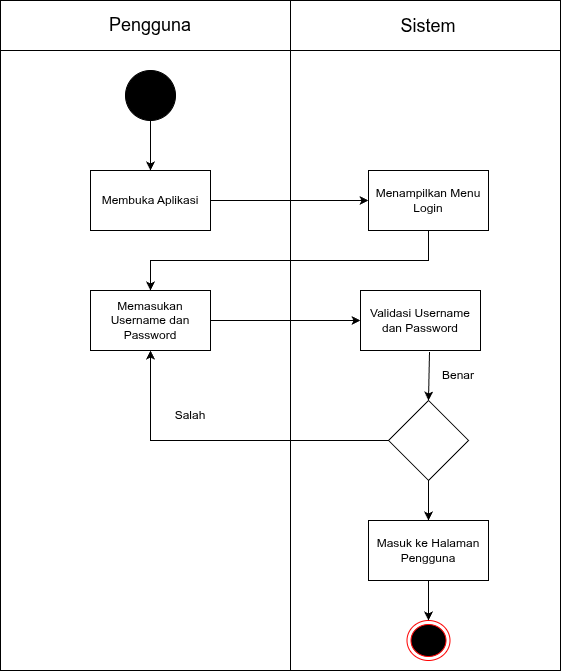
Before: diagram/activity/pengguna/login-pengguna.png, a diagram exported from draw.io (RajaSunrise/kangkungku). Source tidied: cells renumbered, new cells last; positions are measured from the earlier drawing's top-left corner, leaving out a move shared by most shapes. The source it was exported from:
```xml
<mxGraphModel>
  <root>
    <mxCell id="0" />
    <mxCell id="1" parent="0" />
    <mxCell id="2" style="shape=internalStorage;whiteSpace=wrap;html=1;backgroundOutline=1;dx=290;dy=50;" parent="1" vertex="1">
      <mxGeometry width="560" height="670" as="geometry" />
    </mxCell>
    <mxCell id="3" value="Pengguna" style="text;html=1;whiteSpace=wrap;strokeColor=none;fillColor=none;align=center;verticalAlign=middle;rounded=0;fontSize=18;" parent="1" vertex="1">
      <mxGeometry x="120" y="10" width="60" height="30" as="geometry" />
    </mxCell>
    <mxCell id="4" value="Sistem" style="text;html=1;whiteSpace=wrap;strokeColor=none;fillColor=none;align=center;verticalAlign=middle;rounded=0;fontSize=18;" parent="1" vertex="1">
      <mxGeometry x="398" y="11" width="60" height="30" as="geometry" />
    </mxCell>
    <mxCell id="5" style="ellipse;whiteSpace=wrap;html=1;strokeColor=light-dark(#000000,#000000);fillColor=#000000;fillStyle=auto;" parent="1" vertex="1">
      <mxGeometry x="125" y="70" width="50" height="50" as="geometry" />
    </mxCell>
    <mxCell id="6" style="endArrow=classic;html=1;rounded=0;exitX=0.5;exitY=1;exitDx=0;exitDy=0;entryX=0.5;entryY=0;entryDx=0;entryDy=0;" parent="1" edge="1" source="5" target="7">
      <mxGeometry relative="1" as="geometry" />
    </mxCell>
    <mxCell id="7" value="Membuka Aplikasi" style="rounded=0;whiteSpace=wrap;html=1;" parent="1" vertex="1">
      <mxGeometry x="90" y="170" width="120" height="60" as="geometry" />
    </mxCell>
    <mxCell id="8" value="Menampilkan Menu Login" style="rounded=0;whiteSpace=wrap;html=1;" parent="1" vertex="1">
      <mxGeometry x="368" y="170" width="120" height="60" as="geometry" />
    </mxCell>
    <mxCell id="9" value="Memasukan Username dan Password" style="rounded=0;whiteSpace=wrap;html=1;" parent="1" vertex="1">
      <mxGeometry x="90" y="290" width="120" height="60" as="geometry" />
    </mxCell>
    <mxCell id="10" style="endArrow=classic;html=1;rounded=0;exitX=1;exitY=0.5;exitDx=0;exitDy=0;entryX=0;entryY=0.5;entryDx=0;entryDy=0;" parent="1" edge="1" source="7" target="8">
      <mxGeometry relative="1" as="geometry" />
    </mxCell>
    <mxCell id="11" style="endArrow=classic;html=1;rounded=0;exitX=0.5;exitY=1;exitDx=0;exitDy=0;entryX=0.5;entryY=0;entryDx=0;entryDy=0;" parent="1" edge="1" source="8" target="9">
      <mxGeometry relative="1" as="geometry">
        <Array as="points">
          <mxPoint x="428" y="260" />
          <mxPoint x="300" y="260" />
          <mxPoint x="150" y="260" />
        </Array>
      </mxGeometry>
    </mxCell>
    <mxCell id="12" value="Validasi Username dan Password" style="rounded=0;whiteSpace=wrap;html=1;" parent="1" vertex="1">
      <mxGeometry x="360" y="290" width="120" height="60" as="geometry" />
    </mxCell>
    <mxCell id="13" style="endArrow=classic;html=1;rounded=0;exitX=1;exitY=0.5;exitDx=0;exitDy=0;entryX=0;entryY=0.5;entryDx=0;entryDy=0;" parent="1" edge="1" source="9" target="12">
      <mxGeometry relative="1" as="geometry" />
    </mxCell>
    <mxCell id="14" style="rhombus;whiteSpace=wrap;html=1;" parent="1" vertex="1">
      <mxGeometry x="388" y="400" width="80" height="80" as="geometry" />
    </mxCell>
    <mxCell id="15" style="endArrow=classic;html=1;rounded=0;entryX=0.5;entryY=0;entryDx=0;entryDy=0;exitX=0.575;exitY=1.025;exitDx=0;exitDy=0;exitPerimeter=0;" parent="1" edge="1" source="12" target="14">
      <mxGeometry relative="1" as="geometry" />
    </mxCell>
    <mxCell id="16" style="endArrow=classic;html=1;rounded=0;exitX=0;exitY=0.5;exitDx=0;exitDy=0;entryX=0.5;entryY=1;entryDx=0;entryDy=0;" parent="1" edge="1" source="14" target="9">
      <mxGeometry relative="1" as="geometry">
        <Array as="points">
          <mxPoint x="150" y="440" />
        </Array>
      </mxGeometry>
    </mxCell>
    <mxCell id="17" value="Salah" style="text;html=1;whiteSpace=wrap;strokeColor=none;fillColor=none;align=center;verticalAlign=middle;rounded=0;" parent="1" vertex="1">
      <mxGeometry x="160" y="400" width="60" height="30" as="geometry" />
    </mxCell>
    <mxCell id="18" value="Benar" style="text;html=1;whiteSpace=wrap;strokeColor=none;fillColor=none;align=center;verticalAlign=middle;rounded=0;" parent="1" vertex="1">
      <mxGeometry x="428" y="360" width="60" height="30" as="geometry" />
    </mxCell>
    <mxCell id="19" value="Masuk ke Halaman Pengguna" style="rounded=0;whiteSpace=wrap;html=1;" parent="1" vertex="1">
      <mxGeometry x="368" y="520" width="120" height="60" as="geometry" />
    </mxCell>
    <mxCell id="20" style="endArrow=classic;html=1;rounded=0;entryX=0.5;entryY=0;entryDx=0;entryDy=0;exitX=0.5;exitY=1;exitDx=0;exitDy=0;" parent="1" edge="1" source="14" target="19">
      <mxGeometry relative="1" as="geometry" />
    </mxCell>
    <mxCell id="21" style="ellipse;html=1;shape=endState;fillColor=#000000;strokeColor=#ff0000;" parent="1" vertex="1">
      <mxGeometry x="406.5" y="620" width="43" height="40" as="geometry" />
    </mxCell>
    <mxCell id="22" style="endArrow=classic;html=1;rounded=0;entryX=0.5;entryY=0;entryDx=0;entryDy=0;exitX=0.5;exitY=1;exitDx=0;exitDy=0;" parent="1" edge="1" source="19" target="21">
      <mxGeometry relative="1" as="geometry" />
    </mxCell>
  </root>
</mxGraphModel>
```
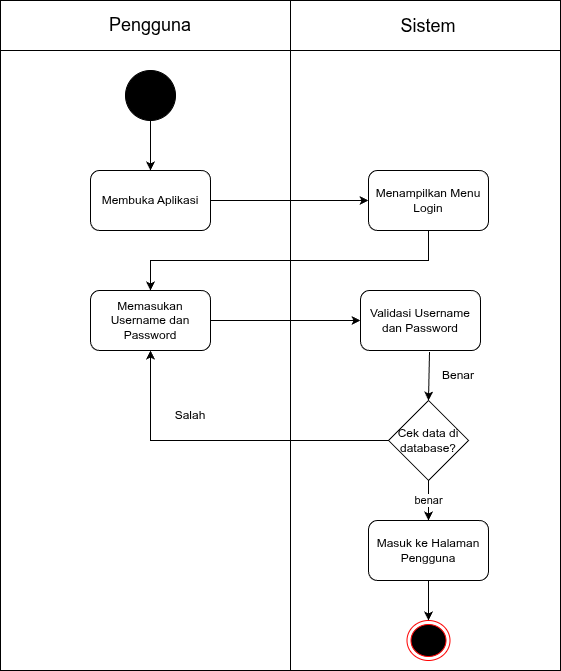
The same diagram one commit later.

Diff of the diagram source:
```diff
@@ -17,13 +17,13 @@
     <mxCell id="6" style="endArrow=classic;html=1;rounded=0;exitX=0.5;exitY=1;exitDx=0;exitDy=0;entryX=0.5;entryY=0;entryDx=0;entryDy=0;" parent="1" edge="1" source="5" target="7">
       <mxGeometry relative="1" as="geometry" />
     </mxCell>
-    <mxCell id="7" value="Membuka Aplikasi" style="rounded=0;whiteSpace=wrap;html=1;" parent="1" vertex="1">
+    <mxCell id="7" value="Membuka Aplikasi" style="rounded=1;whiteSpace=wrap;html=1;" parent="1" vertex="1">
       <mxGeometry x="90" y="170" width="120" height="60" as="geometry" />
     </mxCell>
-    <mxCell id="8" value="Menampilkan Menu Login" style="rounded=0;whiteSpace=wrap;html=1;" parent="1" vertex="1">
+    <mxCell id="8" value="Menampilkan Menu Login" style="rounded=1;whiteSpace=wrap;html=1;" parent="1" vertex="1">
       <mxGeometry x="368" y="170" width="120" height="60" as="geometry" />
     </mxCell>
-    <mxCell id="9" value="Memasukan Username dan Password" style="rounded=0;whiteSpace=wrap;html=1;" parent="1" vertex="1">
+    <mxCell id="9" value="Memasukan Username dan Password" style="rounded=1;whiteSpace=wrap;html=1;" parent="1" vertex="1">
       <mxGeometry x="90" y="290" width="120" height="60" as="geometry" />
     </mxCell>
     <mxCell id="10" style="endArrow=classic;html=1;rounded=0;exitX=1;exitY=0.5;exitDx=0;exitDy=0;entryX=0;entryY=0.5;entryDx=0;entryDy=0;" parent="1" edge="1" source="7" target="8">
@@ -38,13 +38,13 @@
         </Array>
       </mxGeometry>
     </mxCell>
-    <mxCell id="12" value="Validasi Username dan Password" style="rounded=0;whiteSpace=wrap;html=1;" parent="1" vertex="1">
+    <mxCell id="12" value="Validasi Username dan Password" style="rounded=1;whiteSpace=wrap;html=1;" parent="1" vertex="1">
       <mxGeometry x="360" y="290" width="120" height="60" as="geometry" />
     </mxCell>
     <mxCell id="13" style="endArrow=classic;html=1;rounded=0;exitX=1;exitY=0.5;exitDx=0;exitDy=0;entryX=0;entryY=0.5;entryDx=0;entryDy=0;" parent="1" edge="1" source="9" target="12">
       <mxGeometry relative="1" as="geometry" />
     </mxCell>
-    <mxCell id="14" style="rhombus;whiteSpace=wrap;html=1;" parent="1" vertex="1">
+    <mxCell id="14" value="Cek data di database?" style="rhombus;whiteSpace=wrap;html=1;" parent="1" vertex="1">
       <mxGeometry x="388" y="400" width="80" height="80" as="geometry" />
     </mxCell>
     <mxCell id="15" style="endArrow=classic;html=1;rounded=0;entryX=0.5;entryY=0;entryDx=0;entryDy=0;exitX=0.575;exitY=1.025;exitDx=0;exitDy=0;exitPerimeter=0;" parent="1" edge="1" source="12" target="14">
@@ -63,10 +63,10 @@
     <mxCell id="18" value="Benar" style="text;html=1;whiteSpace=wrap;strokeColor=none;fillColor=none;align=center;verticalAlign=middle;rounded=0;" parent="1" vertex="1">
       <mxGeometry x="428" y="360" width="60" height="30" as="geometry" />
     </mxCell>
-    <mxCell id="19" value="Masuk ke Halaman Pengguna" style="rounded=0;whiteSpace=wrap;html=1;" parent="1" vertex="1">
+    <mxCell id="19" value="Masuk ke Halaman Pengguna" style="rounded=1;whiteSpace=wrap;html=1;" parent="1" vertex="1">
       <mxGeometry x="368" y="520" width="120" height="60" as="geometry" />
     </mxCell>
-    <mxCell id="20" style="endArrow=classic;html=1;rounded=0;entryX=0.5;entryY=0;entryDx=0;entryDy=0;exitX=0.5;exitY=1;exitDx=0;exitDy=0;" parent="1" edge="1" source="14" target="19">
+    <mxCell id="20" value="benar" style="endArrow=classic;html=1;rounded=0;entryX=0.5;entryY=0;entryDx=0;entryDy=0;exitX=0.5;exitY=1;exitDx=0;exitDy=0;" parent="1" edge="1" source="14" target="19">
       <mxGeometry relative="1" as="geometry" />
     </mxCell>
     <mxCell id="21" style="ellipse;html=1;shape=endState;fillColor=#000000;strokeColor=#ff0000;" parent="1" vertex="1">
```
